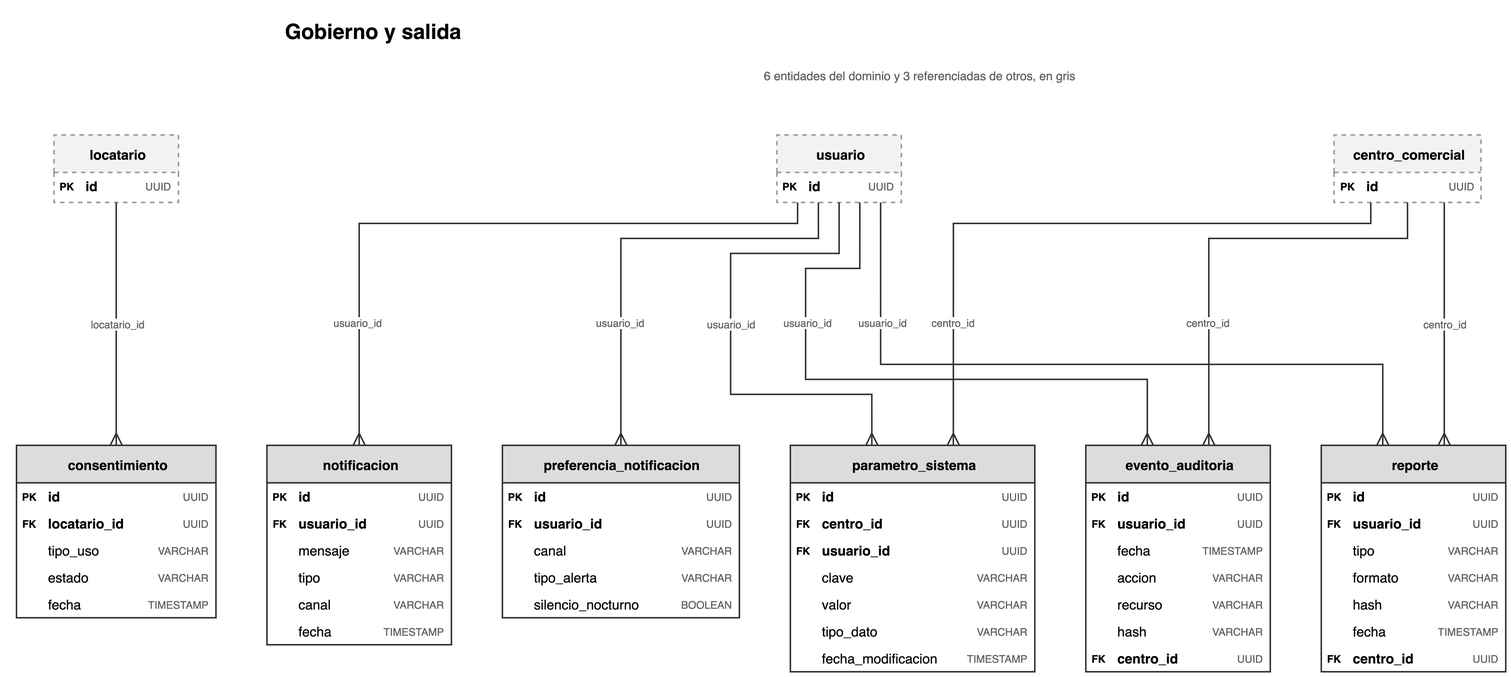
The draw.io diagram STF/STF/Primera entrega/diagramas/der_gobierno.drawio.png in javieravellanedaa/ShopMetrics-TFI, before a commit. Source tidied: cells renumbered, new cells last; positions are measured from the earlier drawing's top-left corner, leaving out a move shared by most shapes.
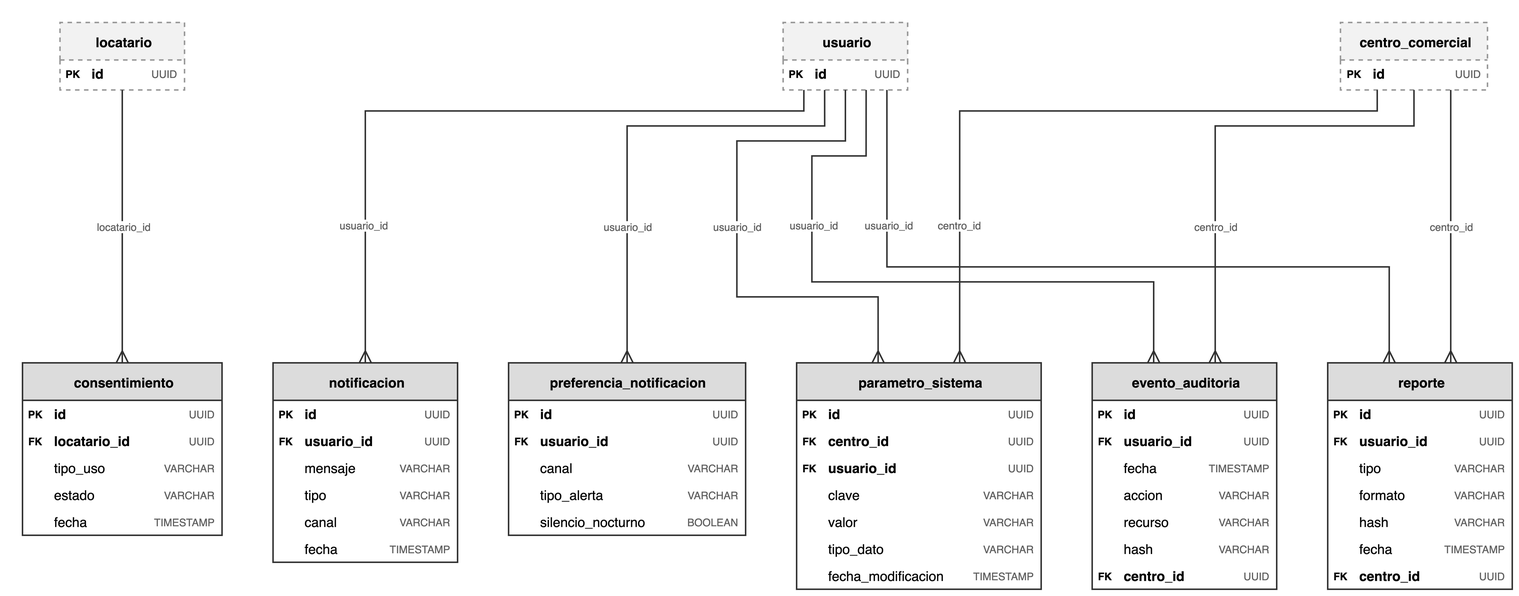
Later version of the same file.

What changed in the source:
```diff
@@ -2,12 +2,6 @@
   <root>
     <mxCell id="0" />
     <mxCell id="1" parent="0" />
-    <mxCell id="2" value="Gobierno y salida" style="text;html=1;align=left;verticalAlign=middle;fontSize=14;fontStyle=1;fontColor=#000000;" parent="1" vertex="1">
-      <mxGeometry x="176.5" width="640" height="22" as="geometry" />
-    </mxCell>
-    <mxCell id="3" value="6 entidades del dominio y 3 referenciadas de otros, en gris" style="text;html=1;align=right;verticalAlign=middle;fontSize=8;fontColor=#606060;" parent="1" vertex="1">
-      <mxGeometry x="286.5" y="32" width="420" height="18" as="geometry" />
-    </mxCell>
     <mxCell id="4" value="consentimiento" style="shape=table;startSize=25;rowLines=0;columnLines=0;html=1;whiteSpace=nowrap;fillColor=#DCDCDC;strokeColor=#333333;fontColor=#000000;fontSize=9;fontStyle=1;align=center;swimlaneFillColor=#FFFFFF;" parent="1" vertex="1">
       <mxGeometry y="287" width="133" height="115" as="geometry" />
     </mxCell>
@@ -471,7 +465,7 @@
       <mxGeometry x="117" width="46" height="18" as="geometry" />
     </mxCell>
     <mxCell id="158" value="centro_comercial" style="shape=table;startSize=25;rowLines=0;columnLines=0;html=1;whiteSpace=nowrap;fillColor=#F2F2F2;strokeColor=#9A9A9A;dashed=1;fontColor=#000000;fontSize=9;fontStyle=1;align=center;swimlaneFillColor=#FFFFFF;" parent="1" vertex="1">
-      <mxGeometry x="878.5" y="80" width="98" height="45" as="geometry" />
+      <mxGeometry x="878.5" y="60" width="98" height="45" as="geometry" />
     </mxCell>
     <mxCell id="159" style="shape=tableRow;horizontal=0;startSize=0;swimlaneHead=0;swimlaneBody=0;fillColor=none;top=0;left=0;right=0;bottom=0;" parent="158" vertex="1">
       <mxGeometry y="25" width="98" height="18" as="geometry" />
@@ -486,7 +480,7 @@
       <mxGeometry x="52" width="46" height="18" as="geometry" />
     </mxCell>
     <mxCell id="163" value="locatario" style="shape=table;startSize=25;rowLines=0;columnLines=0;html=1;whiteSpace=nowrap;fillColor=#F2F2F2;strokeColor=#9A9A9A;dashed=1;fontColor=#000000;fontSize=9;fontStyle=1;align=center;swimlaneFillColor=#FFFFFF;" parent="1" vertex="1">
-      <mxGeometry x="25" y="80" width="83" height="45" as="geometry" />
+      <mxGeometry x="25" y="60" width="83" height="45" as="geometry" />
     </mxCell>
     <mxCell id="164" style="shape=tableRow;horizontal=0;startSize=0;swimlaneHead=0;swimlaneBody=0;fillColor=none;top=0;left=0;right=0;bottom=0;" parent="163" vertex="1">
       <mxGeometry y="25" width="83" height="18" as="geometry" />
@@ -501,7 +495,7 @@
       <mxGeometry x="37" width="46" height="18" as="geometry" />
     </mxCell>
     <mxCell id="168" value="usuario" style="shape=table;startSize=25;rowLines=0;columnLines=0;html=1;whiteSpace=nowrap;fillColor=#F2F2F2;strokeColor=#9A9A9A;dashed=1;fontColor=#000000;fontSize=9;fontStyle=1;align=center;swimlaneFillColor=#FFFFFF;" parent="1" vertex="1">
-      <mxGeometry x="507" y="80" width="83" height="45" as="geometry" />
+      <mxGeometry x="507" y="60" width="83" height="45" as="geometry" />
     </mxCell>
     <mxCell id="169" style="shape=tableRow;horizontal=0;startSize=0;swimlaneHead=0;swimlaneBody=0;fillColor=none;top=0;left=0;right=0;bottom=0;" parent="168" vertex="1">
       <mxGeometry y="25" width="83" height="18" as="geometry" />
@@ -518,17 +512,17 @@
     <mxCell id="173" value="locatario_id" style="rounded=0;html=1;startArrow=ERmandatoryOne;startFill=0;endArrow=ERmany;endFill=0;strokeColor=#333333;strokeWidth=1;fontSize=7;fontColor=#606060;exitX=0.5;exitY=1;entryX=0.5;entryY=0;edgeStyle=orthogonalEdgeStyle;" parent="1" edge="1" source="163" target="4">
       <mxGeometry relative="1" as="geometry">
         <Array as="points">
-          <mxPoint x="66.5" y="205" />
+          <mxPoint x="66.5" y="195" />
         </Array>
       </mxGeometry>
     </mxCell>
     <mxCell id="174" value="usuario_id" style="rounded=0;html=1;startArrow=ERmandatoryOne;startFill=0;endArrow=ERmany;endFill=0;strokeColor=#333333;strokeWidth=1;fontSize=7;fontColor=#606060;exitX=0.6666;exitY=1;entryX=0.3333;entryY=0;edgeStyle=orthogonalEdgeStyle;" parent="1" edge="1" source="168" target="25">
       <mxGeometry relative="1" as="geometry">
         <Array as="points">
-          <mxPoint x="562.3" y="169" />
-          <mxPoint x="526.2" y="169" />
-          <mxPoint x="526.2" y="243" />
-          <mxPoint x="754" y="243" />
+          <mxPoint x="562.3" y="149" />
+          <mxPoint x="526.2" y="149" />
+          <mxPoint x="526.2" y="233" />
+          <mxPoint x="754" y="233" />
         </Array>
         <mxPoint x="-57.8" y="-38" as="offset" />
       </mxGeometry>
@@ -536,17 +530,17 @@
     <mxCell id="175" value="centro_id" style="rounded=0;html=1;startArrow=ERmandatoryOne;startFill=0;endArrow=ERmany;endFill=0;strokeColor=#333333;strokeWidth=1;fontSize=7;fontColor=#606060;exitX=0.5;exitY=1;entryX=0.6667;entryY=0;edgeStyle=orthogonalEdgeStyle;" parent="1" edge="1" source="158" target="25">
       <mxGeometry relative="1" as="geometry">
         <Array as="points">
-          <mxPoint x="927.5" y="149" />
-          <mxPoint x="795" y="149" />
+          <mxPoint x="927.5" y="129" />
+          <mxPoint x="795" y="129" />
         </Array>
-        <mxPoint x="-10.2" y="56" as="offset" />
+        <mxPoint x="-0.2" y="66" as="offset" />
       </mxGeometry>
     </mxCell>
     <mxCell id="176" value="usuario_id" style="rounded=0;html=1;startArrow=ERmandatoryOne;startFill=0;endArrow=ERmany;endFill=0;strokeColor=#333333;strokeWidth=1;fontSize=7;fontColor=#606060;exitX=0.8334;exitY=1;entryX=0.3333;entryY=0;edgeStyle=orthogonalEdgeStyle;" parent="1" edge="1" source="168" target="54">
       <mxGeometry relative="1" as="geometry">
         <Array as="points">
-          <mxPoint x="576.2" y="233" />
-          <mxPoint x="911" y="233" />
+          <mxPoint x="576.2" y="223" />
+          <mxPoint x="911" y="223" />
         </Array>
         <mxPoint x="-139.4" y="-28" as="offset" />
       </mxGeometry>
@@ -554,44 +548,44 @@
     <mxCell id="177" value="centro_id" style="rounded=0;html=1;startArrow=ERmandatoryOne;startFill=0;endArrow=ERmany;endFill=0;strokeColor=#333333;strokeWidth=1;fontSize=7;fontColor=#606060;exitX=0.75;exitY=1;entryX=0.6667;entryY=0;edgeStyle=orthogonalEdgeStyle;" parent="1" edge="1" source="158" target="54">
       <mxGeometry relative="1" as="geometry">
         <Array as="points">
-          <mxPoint x="952" y="205" />
+          <mxPoint x="952" y="195" />
         </Array>
       </mxGeometry>
     </mxCell>
     <mxCell id="178" value="usuario_id" style="rounded=0;html=1;startArrow=ERmandatoryOne;startFill=0;endArrow=ERmany;endFill=0;strokeColor=#333333;strokeWidth=1;fontSize=7;fontColor=#606060;exitX=0.1666;exitY=1;entryX=0.5;entryY=0;edgeStyle=orthogonalEdgeStyle;" parent="1" edge="1" source="168" target="83">
       <mxGeometry relative="1" as="geometry">
         <Array as="points">
-          <mxPoint x="520.8" y="139" />
-          <mxPoint x="228.5" y="139" />
+          <mxPoint x="520.8" y="119" />
+          <mxPoint x="228.5" y="119" />
         </Array>
-        <mxPoint x="-80.2" y="66" as="offset" />
+        <mxPoint x="-70.2" y="76" as="offset" />
       </mxGeometry>
     </mxCell>
     <mxCell id="179" value="usuario_id" style="rounded=0;html=1;startArrow=ERmandatoryOne;startFill=0;endArrow=ERmany;endFill=0;strokeColor=#333333;strokeWidth=1;fontSize=7;fontColor=#606060;exitX=0.3334;exitY=1;entryX=0.5;entryY=0;edgeStyle=orthogonalEdgeStyle;" parent="1" edge="1" source="168" target="108">
       <mxGeometry relative="1" as="geometry">
         <Array as="points">
-          <mxPoint x="534.7" y="149" />
-          <mxPoint x="403" y="149" />
+          <mxPoint x="534.7" y="129" />
+          <mxPoint x="403" y="129" />
         </Array>
-        <mxPoint x="-9.8" y="56" as="offset" />
+        <mxPoint y="65.8" as="offset" />
       </mxGeometry>
     </mxCell>
     <mxCell id="180" value="centro_id" style="rounded=0;html=1;startArrow=ERmandatoryOne;startFill=0;endArrow=ERmany;endFill=0;strokeColor=#333333;strokeWidth=1;fontSize=7;fontColor=#606060;exitX=0.25;exitY=1;entryX=0.6667;entryY=0;edgeStyle=orthogonalEdgeStyle;" parent="1" edge="1" source="158" target="129">
       <mxGeometry relative="1" as="geometry">
         <Array as="points">
-          <mxPoint x="903" y="139" />
-          <mxPoint x="624.7" y="139" />
+          <mxPoint x="903" y="119" />
+          <mxPoint x="624.7" y="119" />
         </Array>
-        <mxPoint x="-73.2" y="66" as="offset" />
+        <mxPoint x="-63.2" y="76" as="offset" />
       </mxGeometry>
     </mxCell>
     <mxCell id="181" value="usuario_id" style="rounded=0;html=1;startArrow=ERmandatoryOne;startFill=0;endArrow=ERmany;endFill=0;strokeColor=#333333;strokeWidth=1;fontSize=7;fontColor=#606060;exitX=0.5;exitY=1;entryX=0.3333;entryY=0;edgeStyle=orthogonalEdgeStyle;" parent="1" edge="1" source="168" target="129">
       <mxGeometry relative="1" as="geometry">
         <Array as="points">
-          <mxPoint x="548.5" y="159" />
-          <mxPoint x="476.2" y="159" />
-          <mxPoint x="476.2" y="253" />
-          <mxPoint x="570.3" y="253" />
+          <mxPoint x="548.5" y="139" />
+          <mxPoint x="476.2" y="139" />
+          <mxPoint x="476.2" y="243" />
+          <mxPoint x="570.3" y="243" />
         </Array>
         <mxPoint y="-10.9" as="offset" />
       </mxGeometry>
```
